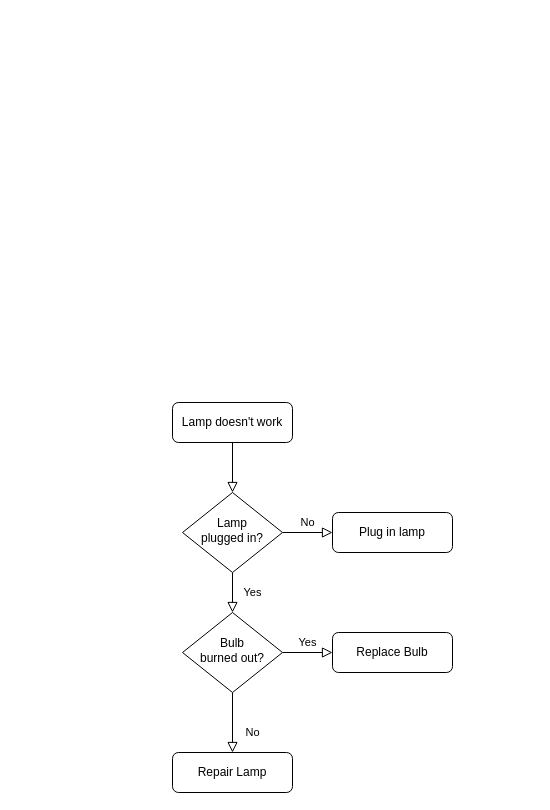
The draw.io diagram images/Untitled Diagram.drawio in dmiek/TAFwebsite, before the edit. Source tidied: cells renumbered, new cells numbered last; positions are measured from the earlier drawing's top-left corner, leaving out a move shared by most shapes. Both pictures are drawn from the tidied source at 100%, with x=0, y=0 at pixel (172, 402).
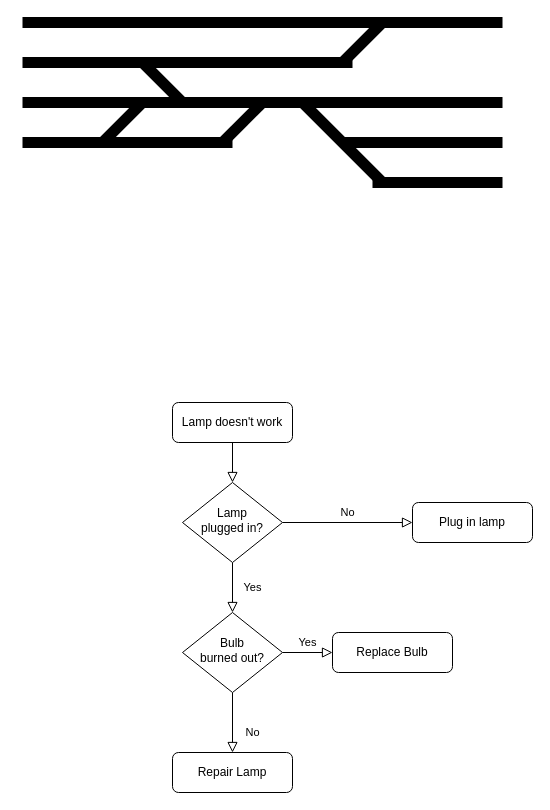
Above is the later version.

The edit, as a diff of the source:
```diff
@@
     <mxCell id="6" value="Lamp&lt;br&gt;plugged in?" style="rhombus;whiteSpace=wrap;html=1;shadow=0;fontFamily=Helvetica;fontSize=12;align=center;strokeWidth=1;spacing=6;spacingTop=-4;" parent="1" vertex="1">
-      <mxGeometry x="10" y="90" width="100" height="80" as="geometry" />
+      <mxGeometry x="10" y="80" width="100" height="80" as="geometry" />
     </mxCell>
     <mxCell id="7" value="Plug in lamp" style="rounded=1;whiteSpace=wrap;html=1;fontSize=12;glass=0;strokeWidth=1;shadow=0;" parent="1" vertex="1">
-      <mxGeometry x="160" y="110" width="120" height="40" as="geometry" />
+      <mxGeometry x="240" y="100" width="120" height="40" as="geometry" />
     </mxCell>
@@
+    <mxCell id="13" style="endArrow=none;html=1;rounded=0;strokeWidth=11;" parent="1" edge="1">
+      <mxGeometry relative="1" as="geometry">
+        <mxPoint x="-150" y="-300" as="sourcePoint" />
+        <mxPoint x="330" y="-300" as="targetPoint" />
+      </mxGeometry>
+    </mxCell>
+    <mxCell id="14" style="endArrow=none;html=1;rounded=0;strokeWidth=11;" parent="1" edge="1">
+      <mxGeometry relative="1" as="geometry">
+        <mxPoint x="130" y="-300" as="sourcePoint" />
+        <mxPoint x="210" y="-220" as="targetPoint" />
+      </mxGeometry>
+    </mxCell>
+    <mxCell id="15" style="endArrow=none;html=1;rounded=0;strokeWidth=11;" parent="1" edge="1">
+      <mxGeometry relative="1" as="geometry">
+        <mxPoint x="170" y="-260" as="sourcePoint" />
+        <mxPoint x="330" y="-260" as="targetPoint" />
+      </mxGeometry>
+    </mxCell>
+    <mxCell id="16" style="endArrow=none;html=1;rounded=0;strokeWidth=11;" parent="1" edge="1">
+      <mxGeometry relative="1" as="geometry">
+        <mxPoint x="200" y="-220" as="sourcePoint" />
+        <mxPoint x="330" y="-220" as="targetPoint" />
+      </mxGeometry>
+    </mxCell>
+    <mxCell id="17" style="endArrow=none;html=1;rounded=0;strokeWidth=11;" parent="1" edge="1">
+      <mxGeometry relative="1" as="geometry">
+        <mxPoint x="-150" y="-340" as="sourcePoint" />
+        <mxPoint x="180" y="-340" as="targetPoint" />
+      </mxGeometry>
+    </mxCell>
+    <mxCell id="18" style="endArrow=none;html=1;rounded=0;strokeWidth=11;" parent="1" edge="1">
+      <mxGeometry relative="1" as="geometry">
+        <mxPoint x="-150" y="-380" as="sourcePoint" />
+        <mxPoint x="330" y="-380" as="targetPoint" />
+      </mxGeometry>
+    </mxCell>
+    <mxCell id="19" style="endArrow=none;html=1;rounded=0;strokeWidth=11;" parent="1" edge="1">
+      <mxGeometry relative="1" as="geometry">
+        <mxPoint x="170" y="-340" as="sourcePoint" />
+        <mxPoint x="210" y="-380" as="targetPoint" />
+      </mxGeometry>
+    </mxCell>
+    <mxCell id="20" style="endArrow=none;html=1;rounded=0;strokeWidth=11;" parent="1" edge="1">
+      <mxGeometry relative="1" as="geometry">
+        <mxPoint x="-30" y="-340" as="sourcePoint" />
+        <mxPoint x="10" y="-300" as="targetPoint" />
+      </mxGeometry>
+    </mxCell>
+    <mxCell id="21" style="endArrow=none;html=1;rounded=0;strokeWidth=11;" parent="1" edge="1">
+      <mxGeometry relative="1" as="geometry">
+        <mxPoint x="-30" y="-300" as="sourcePoint" />
+        <mxPoint x="-70" y="-260" as="targetPoint" />
+      </mxGeometry>
+    </mxCell>
+    <mxCell id="22" style="endArrow=none;html=1;rounded=0;strokeWidth=11;" parent="1" edge="1">
+      <mxGeometry relative="1" as="geometry">
+        <mxPoint x="90" y="-300" as="sourcePoint" />
+        <mxPoint x="50" y="-260" as="targetPoint" />
+      </mxGeometry>
+    </mxCell>
+    <mxCell id="23" style="endArrow=none;html=1;rounded=0;strokeWidth=11;" parent="1" edge="1">
+      <mxGeometry relative="1" as="geometry">
+        <mxPoint x="-150" y="-260" as="sourcePoint" />
+        <mxPoint x="60" y="-260" as="targetPoint" />
+      </mxGeometry>
+    </mxCell>
```
